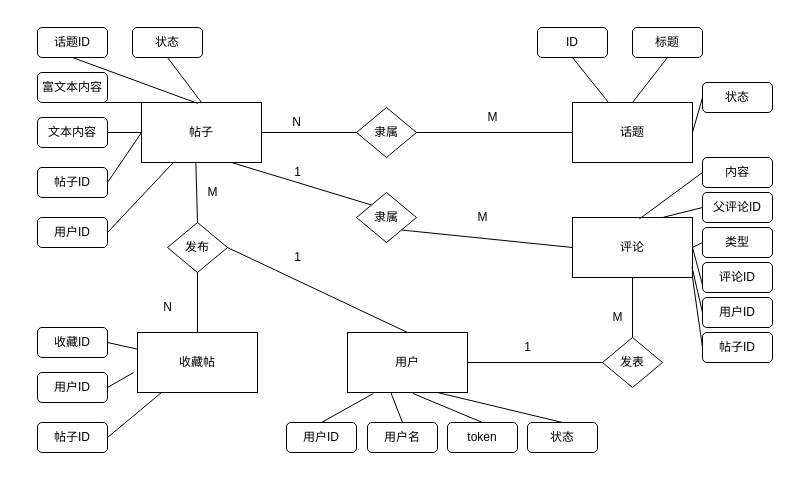
lululuhui/flow-chart-warehouse keeps this draw.io diagram as 毕业论文/系统整体E-R图.drawio. Above is the earlier version. Source tidied: cells renumbered, new cells numbered last; positions are measured from the earlier drawing's top-left corner, leaving out a move shared by most shapes. Both pictures are drawn from the tidied source at 100%, with x=0, y=0 at pixel (37, 27).
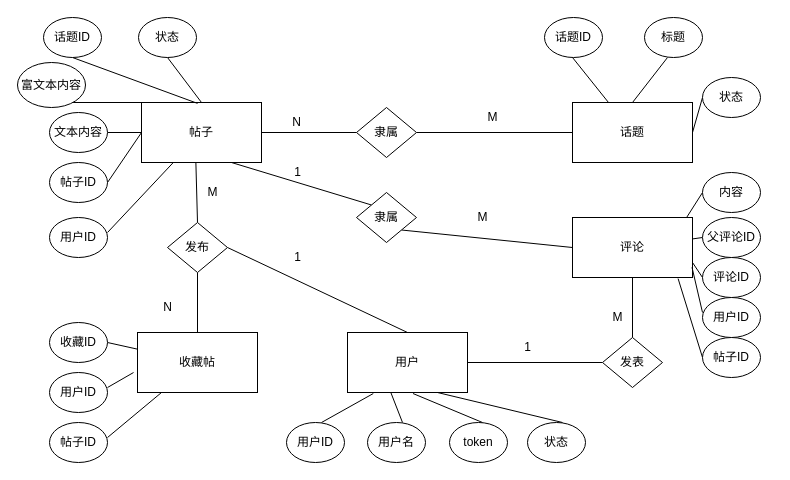
The same page after the edit.

Commit message:
Update 系统整体E-R图.drawio

The change refers to these unchanged cells:
```xml
<mxCell id="4" value="用户" style="rounded=0;whiteSpace=wrap;html=1;" parent="1" vertex="1">
  <mxGeometry x="310" y="305" width="120" height="60" as="geometry" />
</mxCell>
<mxCell id="6" value="帖子" style="rounded=0;whiteSpace=wrap;html=1;" parent="1" vertex="1">
  <mxGeometry x="104" y="75" width="120" height="60" as="geometry" />
</mxCell>
<mxCell id="7" value="收藏帖" style="rounded=0;whiteSpace=wrap;html=1;" parent="1" vertex="1">
  <mxGeometry x="100" y="305" width="120" height="60" as="geometry" />
</mxCell>
<mxCell id="9" value="话题" style="rounded=0;whiteSpace=wrap;html=1;" parent="1" vertex="1">
  <mxGeometry x="535" y="75" width="120" height="60" as="geometry" />
</mxCell>
<mxCell id="22" value="评论" style="rounded=0;whiteSpace=wrap;html=1;" parent="1" vertex="1">
  <mxGeometry x="535" y="190" width="120" height="60" as="geometry" />
</mxCell>
```

Diff of the diagram source:
```diff
@@
-    <mxCell id="8" style="edgeStyle=none;rounded=0;jettySize=auto;html=1;exitX=1;exitY=0.5;exitDx=0;exitDy=0;entryX=0;entryY=0.5;entryDx=0;entryDy=0;endArrow=none;endFill=0;" parent="1" edge="1" source="9" target="55">
-      <mxGeometry relative="1" as="geometry" />
+    <mxCell id="8" style="edgeStyle=none;rounded=0;jettySize=auto;html=1;exitX=1;exitY=0.5;exitDx=0;exitDy=0;entryX=0;entryY=0.5;entryDx=0;entryDy=0;endArrow=none;endFill=0;" parent="1" edge="1" source="9">
+      <mxGeometry relative="1" as="geometry">
+        <mxPoint x="665" y="70" as="targetPoint" />
+      </mxGeometry>
     </mxCell>
@@
-    <mxCell id="21" style="edgeStyle=none;rounded=0;jettySize=auto;html=1;exitX=1;exitY=1;exitDx=0;exitDy=0;entryX=0;entryY=0.5;entryDx=0;entryDy=0;endArrow=none;endFill=0;" parent="1" edge="1" source="22" target="64">
-      <mxGeometry relative="1" as="geometry" />
-    </mxCell>
@@
-    <mxCell id="29" style="edgeStyle=none;rounded=0;jettySize=auto;html=1;exitX=0.5;exitY=0;exitDx=0;exitDy=0;entryX=0.215;entryY=1.017;entryDx=0;entryDy=0;entryPerimeter=0;endArrow=none;endFill=0;" parent="1" edge="1" source="30" target="4">
-      <mxGeometry relative="1" as="geometry" />
+    <mxCell id="29" style="edgeStyle=none;rounded=0;jettySize=auto;html=1;exitX=0.5;exitY=0;exitDx=0;exitDy=0;entryX=0.215;entryY=1.017;entryDx=0;entryDy=0;entryPerimeter=0;endArrow=none;endFill=0;" parent="1" edge="1" target="4">
+      <mxGeometry relative="1" as="geometry">
+        <mxPoint x="284" y="395" as="sourcePoint" />
+      </mxGeometry>
     </mxCell>
-    <mxCell id="30" value="用户ID" style="rounded=1;whiteSpace=wrap;html=1;" parent="1" vertex="1">
-      <mxGeometry x="249" y="395" width="70" height="30" as="geometry" />
-    </mxCell>
-    <mxCell id="31" style="edgeStyle=none;rounded=0;jettySize=auto;html=1;exitX=0.5;exitY=0;exitDx=0;exitDy=0;entryX=0.362;entryY=1.005;entryDx=0;entryDy=0;entryPerimeter=0;endArrow=none;endFill=0;" parent="1" edge="1" source="32" target="4">
-      <mxGeometry relative="1" as="geometry" />
+    <mxCell id="31" style="edgeStyle=none;rounded=0;jettySize=auto;html=1;exitX=0.5;exitY=0;exitDx=0;exitDy=0;entryX=0.362;entryY=1.005;entryDx=0;entryDy=0;entryPerimeter=0;endArrow=none;endFill=0;" parent="1" edge="1" target="4">
+      <mxGeometry relative="1" as="geometry">
+        <mxPoint x="365" y="395" as="sourcePoint" />
+      </mxGeometry>
     </mxCell>
+    <mxCell id="33" style="edgeStyle=none;rounded=0;jettySize=auto;html=1;exitX=0.5;exitY=0;exitDx=0;exitDy=0;entryX=0.546;entryY=1.017;entryDx=0;entryDy=0;entryPerimeter=0;endArrow=none;endFill=0;" parent="1" edge="1" target="4">
+      <mxGeometry relative="1" as="geometry">
+        <mxPoint x="445" y="395" as="sourcePoint" />
+      </mxGeometry>
+    </mxCell>
+    <mxCell id="35" style="edgeStyle=none;rounded=0;jettySize=auto;html=1;exitX=0.5;exitY=0;exitDx=0;exitDy=0;entryX=0.75;entryY=1;entryDx=0;entryDy=0;endArrow=none;endFill=0;" parent="1" edge="1" target="4">
+      <mxGeometry relative="1" as="geometry">
+        <mxPoint x="525" y="395" as="sourcePoint" />
+      </mxGeometry>
+    </mxCell>
+    <mxCell id="37" style="edgeStyle=none;rounded=0;jettySize=auto;html=1;exitX=1;exitY=0.5;exitDx=0;exitDy=0;endArrow=none;endFill=0;" parent="1" edge="1" target="7">
+      <mxGeometry relative="1" as="geometry">
+        <mxPoint x="70" y="410" as="sourcePoint" />
+      </mxGeometry>
+    </mxCell>
+    <mxCell id="39" style="edgeStyle=none;rounded=0;jettySize=auto;html=1;exitX=1;exitY=0.5;exitDx=0;exitDy=0;entryX=-0.033;entryY=0.667;entryDx=0;entryDy=0;entryPerimeter=0;endArrow=none;endFill=0;" parent="1" edge="1" target="7">
+      <mxGeometry relative="1" as="geometry">
+        <mxPoint x="70" y="360" as="sourcePoint" />
+      </mxGeometry>
+    </mxCell>
+    <mxCell id="41" style="edgeStyle=none;rounded=0;jettySize=auto;html=1;exitX=1;exitY=0.5;exitDx=0;exitDy=0;endArrow=none;endFill=0;" parent="1" edge="1" target="7">
+      <mxGeometry relative="1" as="geometry">
+        <mxPoint x="70" y="315" as="sourcePoint" />
+      </mxGeometry>
+    </mxCell>
+    <mxCell id="43" style="edgeStyle=none;rounded=0;jettySize=auto;html=1;exitX=1;exitY=0.5;exitDx=0;exitDy=0;endArrow=none;endFill=0;" parent="1" edge="1" target="6">
+      <mxGeometry relative="1" as="geometry">
+        <mxPoint x="70" y="205" as="sourcePoint" />
+      </mxGeometry>
+    </mxCell>
+    <mxCell id="45" style="edgeStyle=none;rounded=0;jettySize=auto;html=1;exitX=1;exitY=0.5;exitDx=0;exitDy=0;entryX=0;entryY=0.5;entryDx=0;entryDy=0;endArrow=none;endFill=0;" parent="1" edge="1" target="6">
+      <mxGeometry relative="1" as="geometry">
+        <mxPoint x="70" y="155" as="sourcePoint" />
+      </mxGeometry>
+    </mxCell>
+    <mxCell id="47" style="edgeStyle=none;rounded=0;jettySize=auto;html=1;exitX=1;exitY=0.5;exitDx=0;exitDy=0;endArrow=none;endFill=0;" parent="1" edge="1" target="6">
+      <mxGeometry relative="1" as="geometry">
+        <mxPoint x="70" y="105" as="sourcePoint" />
+      </mxGeometry>
+    </mxCell>
+    <mxCell id="49" style="edgeStyle=none;rounded=0;jettySize=auto;html=1;exitX=0.5;exitY=1;exitDx=0;exitDy=0;entryX=0.25;entryY=0;entryDx=0;entryDy=0;endArrow=none;endFill=0;" parent="1" edge="1" target="6">
+      <mxGeometry relative="1" as="geometry">
+        <mxPoint x="35" y="75" as="sourcePoint" />
+      </mxGeometry>
+    </mxCell>
+    <mxCell id="51" style="edgeStyle=none;rounded=0;jettySize=auto;html=1;exitX=0.5;exitY=1;exitDx=0;exitDy=0;entryX=0.467;entryY=0.015;entryDx=0;entryDy=0;entryPerimeter=0;endArrow=none;endFill=0;" parent="1" edge="1" target="6">
+      <mxGeometry relative="1" as="geometry">
+        <mxPoint x="35" y="30" as="sourcePoint" />
+      </mxGeometry>
+    </mxCell>
+    <mxCell id="53" style="edgeStyle=none;rounded=0;jettySize=auto;html=1;exitX=0.5;exitY=1;exitDx=0;exitDy=0;entryX=0.5;entryY=0;entryDx=0;entryDy=0;endArrow=none;endFill=0;" parent="1" edge="1" target="6">
+      <mxGeometry relative="1" as="geometry">
+        <mxPoint x="130" y="30" as="sourcePoint" />
+      </mxGeometry>
+    </mxCell>
+    <mxCell id="56" style="edgeStyle=none;rounded=0;jettySize=auto;html=1;exitX=0.5;exitY=1;exitDx=0;exitDy=0;entryX=0.5;entryY=0;entryDx=0;entryDy=0;endArrow=none;endFill=0;" parent="1" edge="1" target="9">
+      <mxGeometry relative="1" as="geometry">
+        <mxPoint x="630" y="30" as="sourcePoint" />
+      </mxGeometry>
+    </mxCell>
+    <mxCell id="58" style="edgeStyle=none;rounded=0;jettySize=auto;html=1;exitX=0.5;exitY=1;exitDx=0;exitDy=0;endArrow=none;endFill=0;" parent="1" edge="1" target="9">
+      <mxGeometry relative="1" as="geometry">
+        <mxPoint x="535" y="30" as="sourcePoint" />
+      </mxGeometry>
+    </mxCell>
+    <mxCell id="62" style="edgeStyle=none;rounded=0;jettySize=auto;html=1;exitX=0;exitY=0.5;exitDx=0;exitDy=0;entryX=0.996;entryY=0.831;entryDx=0;entryDy=0;entryPerimeter=0;endArrow=none;endFill=0;" parent="1" edge="1" target="22">
+      <mxGeometry relative="1" as="geometry">
+        <mxPoint x="665" y="285" as="sourcePoint" />
+      </mxGeometry>
+    </mxCell>
+    <mxCell id="71" value="N" style="text;html=1;align=center;verticalAlign=middle;strokeColor=none;fillColor=none;" parent="1" vertex="1">
+      <mxGeometry x="120" y="270" width="20" height="20" as="geometry" />
+    </mxCell>
+    <mxCell id="72" value="1" style="text;html=1;align=center;verticalAlign=middle;strokeColor=none;fillColor=none;" parent="1" vertex="1">
+      <mxGeometry x="480" y="310" width="20" height="20" as="geometry" />
+    </mxCell>
+    <mxCell id="73" value="话题ID" style="ellipse;whiteSpace=wrap;html=1;" parent="1" vertex="1">
+      <mxGeometry x="6" y="-10" width="58" height="40" as="geometry" />
+    </mxCell>
+    <mxCell id="74" value="状态" style="ellipse;whiteSpace=wrap;html=1;" parent="1" vertex="1">
+      <mxGeometry x="101" y="-10" width="58" height="40" as="geometry" />
+    </mxCell>
+    <mxCell id="50" value="富文本内容" style="ellipse;whiteSpace=wrap;html=1;" parent="1" vertex="1">
+      <mxGeometry x="-20" y="35" width="68" height="45" as="geometry" />
+    </mxCell>
+    <mxCell id="48" value="文本内容" style="ellipse;whiteSpace=wrap;html=1;" parent="1" vertex="1">
+      <mxGeometry x="12" y="85" width="58" height="40" as="geometry" />
+    </mxCell>
+    <mxCell id="75" value="帖子ID" style="ellipse;whiteSpace=wrap;html=1;" parent="1" vertex="1">
+      <mxGeometry x="12" y="135" width="58" height="40" as="geometry" />
+    </mxCell>
+    <mxCell id="76" value="用户ID" style="ellipse;whiteSpace=wrap;html=1;" parent="1" vertex="1">
+      <mxGeometry x="12" y="190" width="58" height="40" as="geometry" />
+    </mxCell>
+    <mxCell id="42" value="收藏ID" style="ellipse;whiteSpace=wrap;html=1;" parent="1" vertex="1">
+      <mxGeometry x="12" y="295" width="58" height="40" as="geometry" />
+    </mxCell>
+    <mxCell id="77" value="用户ID" style="ellipse;whiteSpace=wrap;html=1;" parent="1" vertex="1">
+      <mxGeometry x="12" y="345" width="58" height="40" as="geometry" />
+    </mxCell>
+    <mxCell id="78" value="帖子ID" style="ellipse;whiteSpace=wrap;html=1;" parent="1" vertex="1">
+      <mxGeometry x="12" y="395" width="58" height="40" as="geometry" />
+    </mxCell>
+    <mxCell id="79" value="用户ID" style="ellipse;whiteSpace=wrap;html=1;" parent="1" vertex="1">
+      <mxGeometry x="249" y="395" width="58" height="40" as="geometry" />
+    </mxCell>
-    <mxCell id="32" value="用户名" style="rounded=1;whiteSpace=wrap;html=1;" parent="1" vertex="1">
-      <mxGeometry x="330" y="395" width="70" height="30" as="geometry" />
+    <mxCell id="32" value="用户名" style="ellipse;whiteSpace=wrap;html=1;" parent="1" vertex="1">
+      <mxGeometry x="330" y="395" width="58" height="40" as="geometry" />
     </mxCell>
-    <mxCell id="33" style="edgeStyle=none;rounded=0;jettySize=auto;html=1;exitX=0.5;exitY=0;exitDx=0;exitDy=0;entryX=0.546;entryY=1.017;entryDx=0;entryDy=0;entryPerimeter=0;endArrow=none;endFill=0;" parent="1" edge="1" source="34" target="4">
-      <mxGeometry relative="1" as="geometry" />
-    </mxCell>
-    <mxCell id="34" value="token" style="rounded=1;whiteSpace=wrap;html=1;" parent="1" vertex="1">
-      <mxGeometry x="410" y="395" width="70" height="30" as="geometry" />
+    <mxCell id="34" value="token" style="ellipse;whiteSpace=wrap;html=1;" parent="1" vertex="1">
+      <mxGeometry x="412" y="395" width="58" height="40" as="geometry" />
     </mxCell>
-    <mxCell id="35" style="edgeStyle=none;rounded=0;jettySize=auto;html=1;exitX=0.5;exitY=0;exitDx=0;exitDy=0;entryX=0.75;entryY=1;entryDx=0;entryDy=0;endArrow=none;endFill=0;" parent="1" edge="1" source="36" target="4">
-      <mxGeometry relative="1" as="geometry" />
-    </mxCell>
-    <mxCell id="36" value="状态" style="rounded=1;whiteSpace=wrap;html=1;" parent="1" vertex="1">
-      <mxGeometry x="490" y="395" width="70" height="30" as="geometry" />
-    </mxCell>
-    <mxCell id="37" style="edgeStyle=none;rounded=0;jettySize=auto;html=1;exitX=1;exitY=0.5;exitDx=0;exitDy=0;endArrow=none;endFill=0;" parent="1" edge="1" source="38" target="7">
-      <mxGeometry relative="1" as="geometry" />
-    </mxCell>
-    <mxCell id="38" value="帖子ID" style="rounded=1;whiteSpace=wrap;html=1;" parent="1" vertex="1">
-      <mxGeometry y="395" width="70" height="30" as="geometry" />
-    </mxCell>
-    <mxCell id="39" style="edgeStyle=none;rounded=0;jettySize=auto;html=1;exitX=1;exitY=0.5;exitDx=0;exitDy=0;entryX=-0.033;entryY=0.667;entryDx=0;entryDy=0;entryPerimeter=0;endArrow=none;endFill=0;" parent="1" edge="1" source="40" target="7">
-      <mxGeometry relative="1" as="geometry" />
-    </mxCell>
-    <mxCell id="40" value="用户ID" style="rounded=1;whiteSpace=wrap;html=1;" parent="1" vertex="1">
-      <mxGeometry y="345" width="70" height="30" as="geometry" />
-    </mxCell>
-    <mxCell id="41" style="edgeStyle=none;rounded=0;jettySize=auto;html=1;exitX=1;exitY=0.5;exitDx=0;exitDy=0;endArrow=none;endFill=0;" parent="1" edge="1" source="42" target="7">
-      <mxGeometry relative="1" as="geometry" />
-    </mxCell>
-    <mxCell id="42" value="收藏ID" style="rounded=1;whiteSpace=wrap;html=1;" parent="1" vertex="1">
-      <mxGeometry y="300" width="70" height="30" as="geometry" />
-    </mxCell>
-    <mxCell id="43" style="edgeStyle=none;rounded=0;jettySize=auto;html=1;exitX=1;exitY=0.5;exitDx=0;exitDy=0;endArrow=none;endFill=0;" parent="1" edge="1" source="44" target="6">
-      <mxGeometry relative="1" as="geometry" />
-    </mxCell>
-    <mxCell id="44" value="用户ID" style="rounded=1;whiteSpace=wrap;html=1;" parent="1" vertex="1">
-      <mxGeometry y="190" width="70" height="30" as="geometry" />
-    </mxCell>
-    <mxCell id="45" style="edgeStyle=none;rounded=0;jettySize=auto;html=1;exitX=1;exitY=0.5;exitDx=0;exitDy=0;entryX=0;entryY=0.5;entryDx=0;entryDy=0;endArrow=none;endFill=0;" parent="1" edge="1" source="46" target="6">
-      <mxGeometry relative="1" as="geometry" />
-    </mxCell>
-    <mxCell id="46" value="帖子ID" style="rounded=1;whiteSpace=wrap;html=1;" parent="1" vertex="1">
-      <mxGeometry y="140" width="70" height="30" as="geometry" />
-    </mxCell>
-    <mxCell id="47" style="edgeStyle=none;rounded=0;jettySize=auto;html=1;exitX=1;exitY=0.5;exitDx=0;exitDy=0;endArrow=none;endFill=0;" parent="1" edge="1" source="48" target="6">
-      <mxGeometry relative="1" as="geometry" />
-    </mxCell>
-    <mxCell id="48" value="文本内容" style="rounded=1;whiteSpace=wrap;html=1;" parent="1" vertex="1">
-      <mxGeometry y="90" width="70" height="30" as="geometry" />
-    </mxCell>
-    <mxCell id="49" style="edgeStyle=none;rounded=0;jettySize=auto;html=1;exitX=0.5;exitY=1;exitDx=0;exitDy=0;entryX=0.25;entryY=0;entryDx=0;entryDy=0;endArrow=none;endFill=0;" parent="1" edge="1" source="50" target="6">
-      <mxGeometry relative="1" as="geometry" />
-    </mxCell>
-    <mxCell id="50" value="富文本内容" style="rounded=1;whiteSpace=wrap;html=1;" parent="1" vertex="1">
-      <mxGeometry y="45" width="70" height="30" as="geometry" />
-    </mxCell>
-    <mxCell id="51" style="edgeStyle=none;rounded=0;jettySize=auto;html=1;exitX=0.5;exitY=1;exitDx=0;exitDy=0;entryX=0.467;entryY=0.015;entryDx=0;entryDy=0;entryPerimeter=0;endArrow=none;endFill=0;" parent="1" edge="1" source="52" target="6">
-      <mxGeometry relative="1" as="geometry" />
-    </mxCell>
-    <mxCell id="52" value="话题ID" style="rounded=1;whiteSpace=wrap;html=1;" parent="1" vertex="1">
-      <mxGeometry width="70" height="30" as="geometry" />
-    </mxCell>
-    <mxCell id="53" style="edgeStyle=none;rounded=0;jettySize=auto;html=1;exitX=0.5;exitY=1;exitDx=0;exitDy=0;entryX=0.5;entryY=0;entryDx=0;entryDy=0;endArrow=none;endFill=0;" parent="1" edge="1" source="54" target="6">
-      <mxGeometry relative="1" as="geometry" />
-    </mxCell>
-    <mxCell id="54" value="状态" style="rounded=1;whiteSpace=wrap;html=1;" parent="1" vertex="1">
-      <mxGeometry x="95" width="70" height="30" as="geometry" />
-    </mxCell>
-    <mxCell id="55" value="状态" style="rounded=1;whiteSpace=wrap;html=1;" parent="1" vertex="1">
-      <mxGeometry x="665" y="55" width="70" height="30" as="geometry" />
-    </mxCell>
-    <mxCell id="56" style="edgeStyle=none;rounded=0;jettySize=auto;html=1;exitX=0.5;exitY=1;exitDx=0;exitDy=0;entryX=0.5;entryY=0;entryDx=0;entryDy=0;endArrow=none;endFill=0;" parent="1" edge="1" source="57" target="9">
-      <mxGeometry relative="1" as="geometry" />
-    </mxCell>
-    <mxCell id="57" value="标题" style="rounded=1;whiteSpace=wrap;html=1;" parent="1" vertex="1">
-      <mxGeometry x="595" width="70" height="30" as="geometry" />
-    </mxCell>
-    <mxCell id="58" style="edgeStyle=none;rounded=0;jettySize=auto;html=1;exitX=0.5;exitY=1;exitDx=0;exitDy=0;endArrow=none;endFill=0;" parent="1" edge="1" source="59" target="9">
-      <mxGeometry relative="1" as="geometry" />
-    </mxCell>
-    <mxCell id="59" value="ID" style="rounded=1;whiteSpace=wrap;html=1;" parent="1" vertex="1">
-      <mxGeometry x="500" width="70" height="30" as="geometry" />
-    </mxCell>
+    <mxCell id="80" value="状态" style="ellipse;whiteSpace=wrap;html=1;" parent="1" vertex="1">
+      <mxGeometry x="490" y="395" width="58" height="40" as="geometry" />
+    </mxCell>
+    <mxCell id="81" style="rounded=0;jettySize=auto;html=1;exitX=0;exitY=0.5;exitDx=0;exitDy=0;entryX=0.88;entryY=1.018;entryDx=0;entryDy=0;entryPerimeter=0;endArrow=none;endFill=0;" parent="1" edge="1" source="82" target="22">
+      <mxGeometry relative="1" as="geometry" />
+    </mxCell>
+    <mxCell id="82" value="帖子ID" style="ellipse;whiteSpace=wrap;html=1;" parent="1" vertex="1">
+      <mxGeometry x="665" y="310" width="58" height="40" as="geometry" />
+    </mxCell>
+    <mxCell id="83" value="用户ID" style="ellipse;whiteSpace=wrap;html=1;" parent="1" vertex="1">
+      <mxGeometry x="665" y="270" width="58" height="40" as="geometry" />
+    </mxCell>
-    <mxCell id="60" style="edgeStyle=none;rounded=0;jettySize=auto;html=1;exitX=0;exitY=0.75;exitDx=0;exitDy=0;entryX=1;entryY=0.5;entryDx=0;entryDy=0;endArrow=none;endFill=0;" parent="1" edge="1" source="61" target="22">
+    <mxCell id="60" style="edgeStyle=none;rounded=0;jettySize=auto;html=1;exitX=0;exitY=0.5;exitDx=0;exitDy=0;entryX=1;entryY=0.75;entryDx=0;entryDy=0;endArrow=none;endFill=0;" parent="1" edge="1" source="61" target="22">
       <mxGeometry relative="1" as="geometry" />
     </mxCell>
-    <mxCell id="61" value="评论ID" style="rounded=1;whiteSpace=wrap;html=1;" parent="1" vertex="1">
-      <mxGeometry x="665" y="235" width="70" height="30" as="geometry" />
+    <mxCell id="61" value="评论ID" style="ellipse;whiteSpace=wrap;html=1;" parent="1" vertex="1">
+      <mxGeometry x="665" y="230" width="58" height="40" as="geometry" />
     </mxCell>
-    <mxCell id="62" style="edgeStyle=none;rounded=0;jettySize=auto;html=1;exitX=0;exitY=0.5;exitDx=0;exitDy=0;entryX=0.996;entryY=0.831;entryDx=0;entryDy=0;entryPerimeter=0;endArrow=none;endFill=0;" parent="1" edge="1" source="63" target="22">
-      <mxGeometry relative="1" as="geometry" />
-    </mxCell>
-    <mxCell id="63" value="用户ID" style="rounded=1;whiteSpace=wrap;html=1;" parent="1" vertex="1">
-      <mxGeometry x="665" y="270" width="70" height="30" as="geometry" />
-    </mxCell>
-    <mxCell id="64" value="帖子ID" style="rounded=1;whiteSpace=wrap;html=1;" parent="1" vertex="1">
-      <mxGeometry x="665" y="305" width="70" height="30" as="geometry" />
-    </mxCell>
+    <mxCell id="67" style="edgeStyle=none;rounded=0;jettySize=auto;html=1;exitX=0;exitY=0.5;exitDx=0;exitDy=0;endArrow=none;endFill=0;" parent="1" edge="1" source="68" target="22">
+      <mxGeometry relative="1" as="geometry" />
+    </mxCell>
+    <mxCell id="68" value="父评论ID" style="ellipse;whiteSpace=wrap;html=1;" parent="1" vertex="1">
+      <mxGeometry x="665" y="190" width="58" height="40" as="geometry" />
+    </mxCell>
-    <mxCell id="65" style="edgeStyle=none;rounded=0;jettySize=auto;html=1;exitX=0;exitY=0.5;exitDx=0;exitDy=0;entryX=0.557;entryY=0.024;entryDx=0;entryDy=0;entryPerimeter=0;endArrow=none;endFill=0;" parent="1" edge="1" source="66" target="22">
+    <mxCell id="65" style="edgeStyle=none;rounded=0;jettySize=auto;html=1;exitX=0;exitY=0.5;exitDx=0;exitDy=0;entryX=0.949;entryY=0.006;entryDx=0;entryDy=0;entryPerimeter=0;endArrow=none;endFill=0;" parent="1" edge="1" source="66" target="22">
       <mxGeometry relative="1" as="geometry" />
     </mxCell>
-    <mxCell id="66" value="内容" style="rounded=1;whiteSpace=wrap;html=1;" parent="1" vertex="1">
-      <mxGeometry x="665" y="130" width="70" height="30" as="geometry" />
+    <mxCell id="66" value="内容" style="ellipse;whiteSpace=wrap;html=1;" parent="1" vertex="1">
+      <mxGeometry x="665" y="145" width="58" height="40" as="geometry" />
     </mxCell>
-    <mxCell id="67" style="edgeStyle=none;rounded=0;jettySize=auto;html=1;exitX=0;exitY=0.5;exitDx=0;exitDy=0;entryX=0.75;entryY=0;entryDx=0;entryDy=0;endArrow=none;endFill=0;" parent="1" edge="1" source="68" target="22">
-      <mxGeometry relative="1" as="geometry" />
-    </mxCell>
-    <mxCell id="68" value="父评论ID" style="rounded=1;whiteSpace=wrap;html=1;" parent="1" vertex="1">
-      <mxGeometry x="665" y="165" width="70" height="30" as="geometry" />
-    </mxCell>
-    <mxCell id="69" style="edgeStyle=none;rounded=0;jettySize=auto;html=1;exitX=0;exitY=0.5;exitDx=0;exitDy=0;entryX=1;entryY=0.5;entryDx=0;entryDy=0;endArrow=none;endFill=0;" parent="1" edge="1" source="70" target="22">
-      <mxGeometry relative="1" as="geometry" />
-    </mxCell>
-    <mxCell id="70" value="类型" style="rounded=1;whiteSpace=wrap;html=1;" parent="1" vertex="1">
-      <mxGeometry x="665" y="200" width="70" height="30" as="geometry" />
-    </mxCell>
-    <mxCell id="71" value="N" style="text;html=1;align=center;verticalAlign=middle;strokeColor=none;fillColor=none;" parent="1" vertex="1">
-      <mxGeometry x="120" y="270" width="20" height="20" as="geometry" />
-    </mxCell>
-    <mxCell id="72" value="1" style="text;html=1;align=center;verticalAlign=middle;strokeColor=none;fillColor=none;" parent="1" vertex="1">
-      <mxGeometry x="480" y="310" width="20" height="20" as="geometry" />
-    </mxCell>
+    <mxCell id="84" value="状态" style="ellipse;whiteSpace=wrap;html=1;" parent="1" vertex="1">
+      <mxGeometry x="665" y="50" width="58" height="40" as="geometry" />
+    </mxCell>
+    <mxCell id="57" value="标题" style="ellipse;whiteSpace=wrap;html=1;" parent="1" vertex="1">
+      <mxGeometry x="607" y="-10" width="58" height="40" as="geometry" />
+    </mxCell>
+    <mxCell id="85" value="话题ID" style="ellipse;whiteSpace=wrap;html=1;" parent="1" vertex="1">
+      <mxGeometry x="507" y="-10" width="58" height="40" as="geometry" />
+    </mxCell>
```
